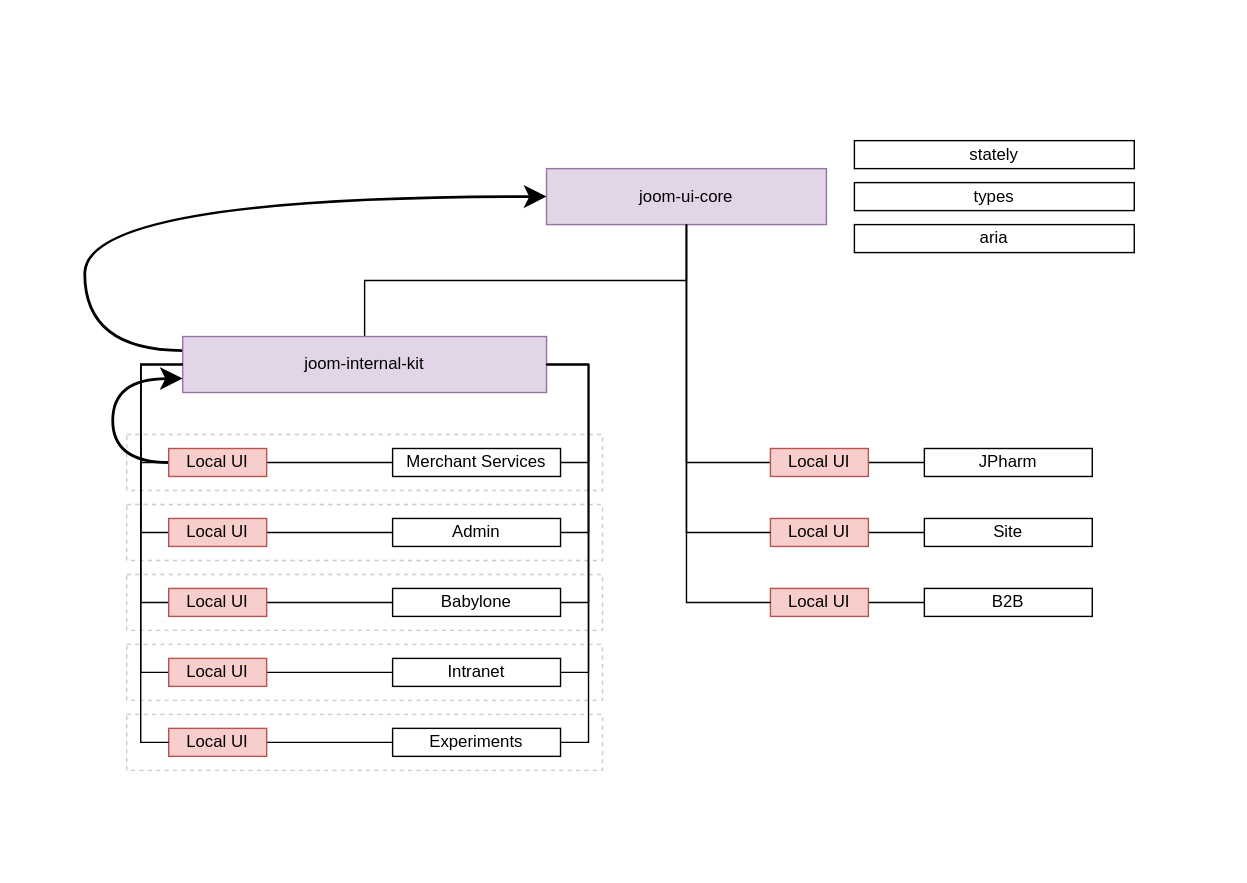
ajile/draw-io keeps this draw.io diagram as design-system.svg. Above is the earlier version. Source tidied: cells renumbered, new cells last; positions are measured from the earlier drawing's top-left corner, leaving out a move shared by most shapes.
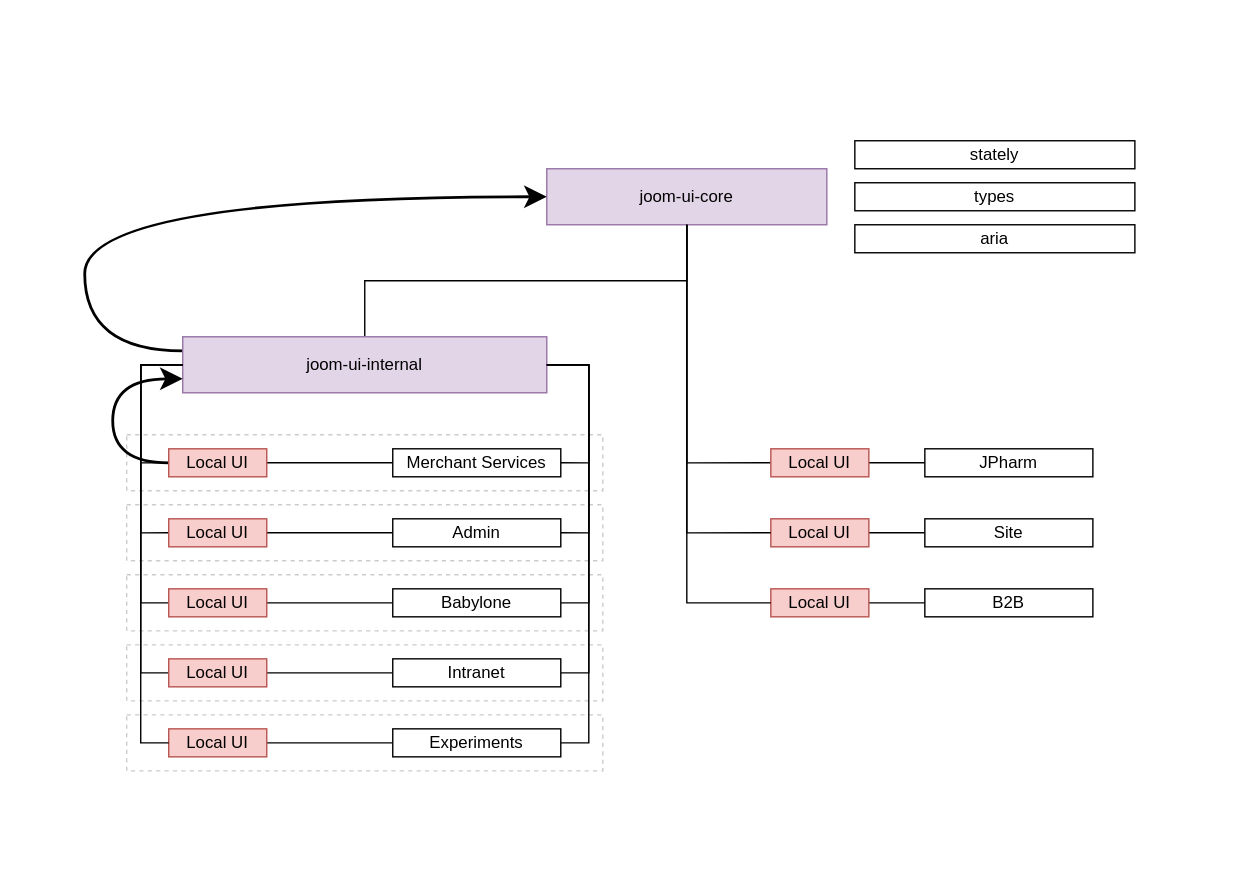
Above is the later version.

Diff of the diagram source:
```diff
@@ -32,7 +32,7 @@
         </Array>
       </mxGeometry>
     </mxCell>
-    <mxCell id="11" value="joom-internal-kit" style="rounded=0;whiteSpace=wrap;html=1;fillColor=#e1d5e7;strokeColor=#9673a6;" parent="3" vertex="1">
+    <mxCell id="11" value="joom-ui-internal" style="rounded=0;whiteSpace=wrap;html=1;fillColor=#e1d5e7;strokeColor=#9673a6;" parent="3" vertex="1">
       <mxGeometry x="130" y="240" width="260" height="40" as="geometry" />
     </mxCell>
     <mxCell id="12" style="edgeStyle=orthogonalEdgeStyle;rounded=0;jettySize=auto;html=1;endArrow=none;endFill=0;startSize=10;endSize=10;exitX=0;exitY=0.5;exitDx=0;exitDy=0;" parent="3" edge="1" source="40" target="8">
```
